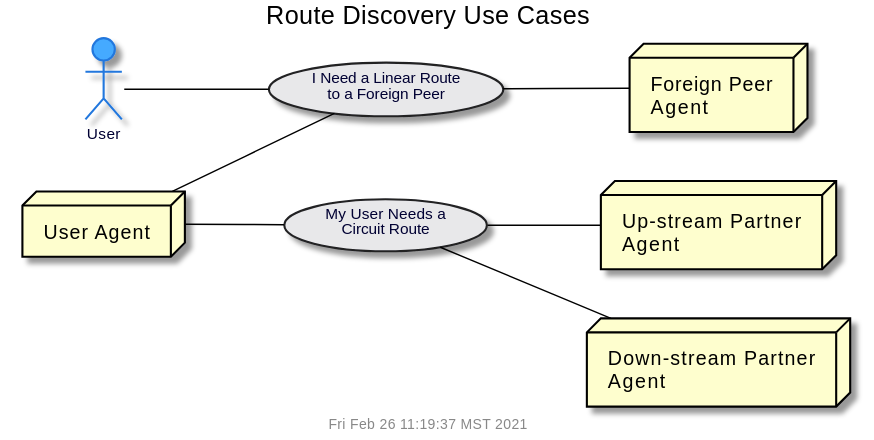
gotchoices/MyCHIPs keeps this PlantUML diagram as doc/uml/use-route.svg. Above is the earlier version. Source of this version:
```plantuml
@startuml
!include common.puml
$title(Route Discovery Use Cases)
left to right direction

actor "User" as user
node "User Agent" as userAgent
node "Foreign Peer\nAgent" as forPeer
node "Up-stream Partner\nAgent" as upPart
node "Down-stream Partner\nAgent" as downPart

usecase "I Need a Linear Route\nto a Foreign Peer" as findLinear
usecase "My User Needs a\nCircuit Route" as findCircuit

user		--	findLinear
userAgent	--	findLinear
			findLinear	-- forPeer

userAgent	--	findCircuit
			findCircuit	-- upPart
			findCircuit	-- downPart

@enduml
```
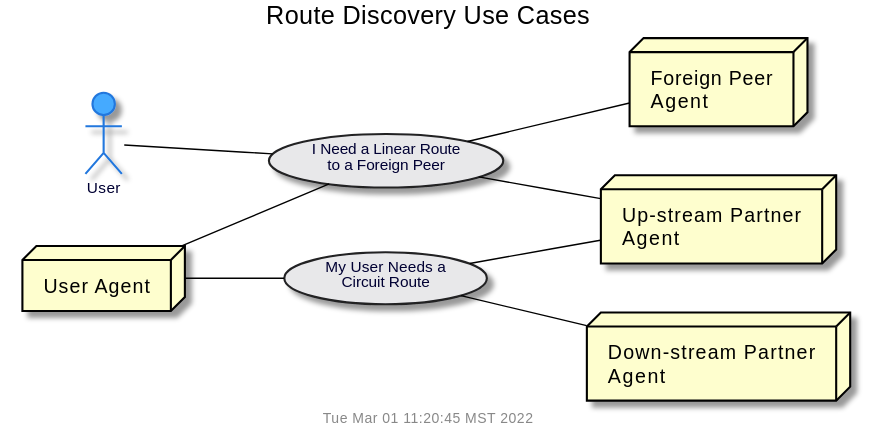
Above is the later version.

Diff of the diagram source:
```diff
@@ -14,6 +14,7 @@
 
 user		--	findLinear
 userAgent	--	findLinear
+			findLinear	-- upPart
 			findLinear	-- forPeer
 
 userAgent	--	findCircuit
```
